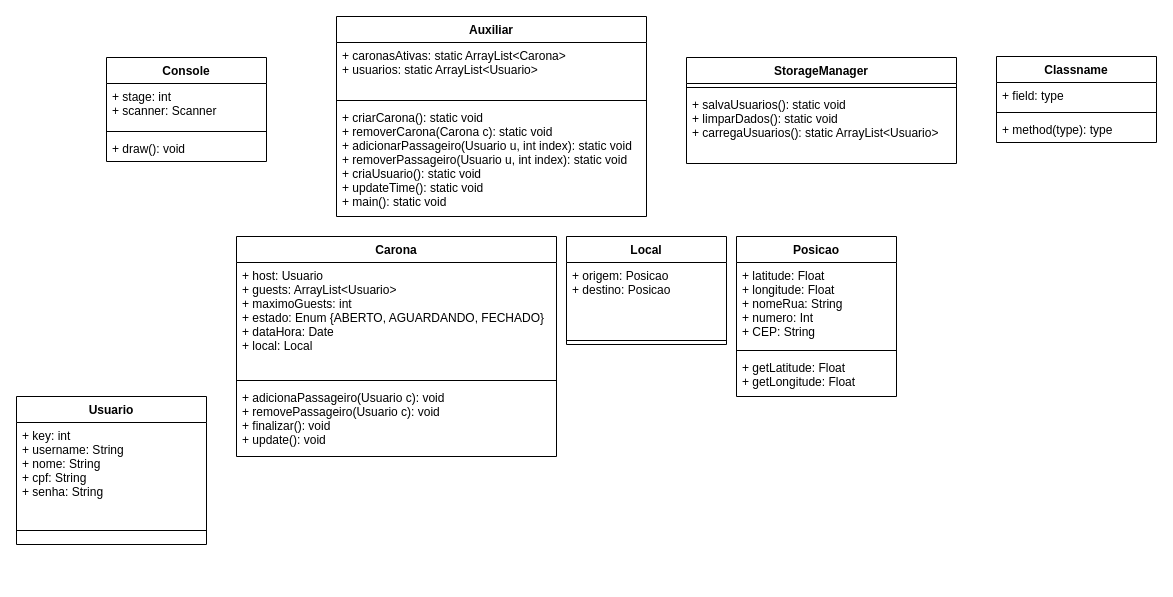
This is CaronAPP - Diagrama.drawio from Epersonf/CaronAPP, a draw.io file, before an edit. Source tidied: cells renumbered, new cells numbered last; positions are measured from the earlier drawing's top-left corner, leaving out a move shared by most shapes. Both pictures are drawn from the tidied source at 100%, with x=0, y=0 at pixel (16, 16).
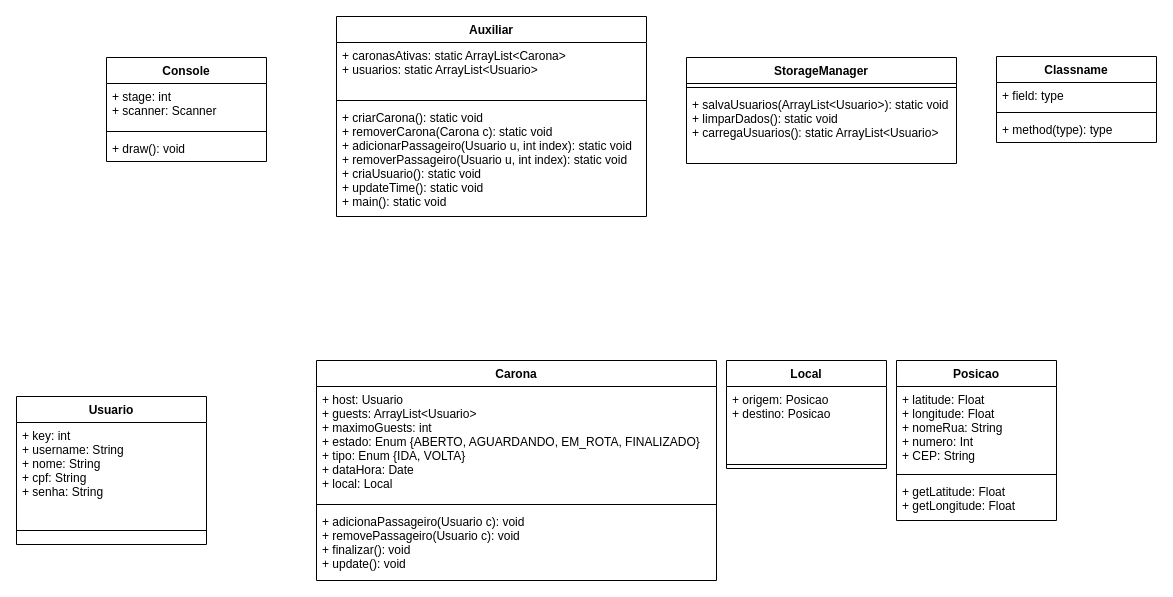
After the change.

Commit message (it also covers changes not shown here):
StorageManager cabecalhos criados, tipo de carona e diagrama de classes atualizado.

Unchanged cells that the change refers to:
```xml
<mxCell id="24" value="StorageManager" style="swimlane;fontStyle=1;align=center;verticalAlign=top;horizontal=1;startSize=26;" parent="1" vertex="1">
  <mxGeometry x="670" y="41" width="270" height="106" as="geometry" />
</mxCell>
```

Diff of the diagram source:
```diff
@@
     <mxCell id="2" value="Carona" style="swimlane;fontStyle=1;align=center;verticalAlign=top;horizontal=1;startSize=26;" parent="1" vertex="1">
-      <mxGeometry x="220" y="220" width="320" height="220" as="geometry" />
+      <mxGeometry x="300" y="344" width="400" height="220" as="geometry" />
     </mxCell>
-    <mxCell id="3" value="+ host: Usuario&#10;+ guests: ArrayList&lt;Usuario&gt;&#10;+ maximoGuests: int&#10;+ estado: Enum {ABERTO, AGUARDANDO, FECHADO}&#10;+ dataHora: Date&#10;+ local: Local" style="text;strokeColor=none;fillColor=none;align=left;verticalAlign=top;spacingLeft=4;spacingRight=4;overflow=hidden;" parent="2" vertex="1">
-      <mxGeometry y="26" width="320" height="114" as="geometry" />
+    <mxCell id="3" value="+ host: Usuario&#10;+ guests: ArrayList&lt;Usuario&gt;&#10;+ maximoGuests: int&#10;+ estado: Enum {ABERTO, AGUARDANDO, EM_ROTA, FINALIZADO}&#10;+ tipo: Enum {IDA, VOLTA}&#10;+ dataHora: Date&#10;+ local: Local&#10;" style="text;strokeColor=none;fillColor=none;align=left;verticalAlign=top;spacingLeft=4;spacingRight=4;overflow=hidden;" parent="2" vertex="1">
+      <mxGeometry y="26" width="400" height="114" as="geometry" />
     </mxCell>
     <mxCell id="4" style="line;strokeWidth=1;fillColor=none;align=left;verticalAlign=middle;spacingTop=-1;spacingLeft=3;spacingRight=3;labelPosition=right;" parent="2" vertex="1">
-      <mxGeometry y="140" width="320" height="8" as="geometry" />
+      <mxGeometry y="140" width="400" height="8" as="geometry" />
     </mxCell>
     <mxCell id="5" value="+ adicionaPassageiro(Usuario c): void&#10;+ removePassageiro(Usuario c): void&#10;+ finalizar(): void&#10;+ update(): void" style="text;strokeColor=none;fillColor=none;align=left;verticalAlign=top;spacingLeft=4;spacingRight=4;overflow=hidden;" parent="2" vertex="1">
-      <mxGeometry y="148" width="320" height="72" as="geometry" />
+      <mxGeometry y="148" width="400" height="72" as="geometry" />
     </mxCell>
@@
     <mxCell id="9" value="Local" style="swimlane;fontStyle=1;align=center;verticalAlign=top;horizontal=1;startSize=26;" parent="1" vertex="1">
-      <mxGeometry x="550" y="220" width="160" height="108" as="geometry" />
+      <mxGeometry x="710" y="344" width="160" height="108" as="geometry" />
     </mxCell>
@@
     <mxCell id="12" value="Posicao" style="swimlane;fontStyle=1;align=center;verticalAlign=top;horizontal=1;startSize=26;" parent="1" vertex="1">
-      <mxGeometry x="720" y="220" width="160" height="160" as="geometry" />
+      <mxGeometry x="880" y="344" width="160" height="160" as="geometry" />
     </mxCell>
@@
-    <mxCell id="26" value="+ salvaUsuarios(): static void&#10;+ limparDados(): static void&#10;+ carregaUsuarios(): static ArrayList&lt;Usuario&gt;" style="text;strokeColor=none;fillColor=none;align=left;verticalAlign=top;spacingLeft=4;spacingRight=4;overflow=hidden;" parent="24" vertex="1">
+    <mxCell id="26" value="+ salvaUsuarios(ArrayList&lt;Usuario&gt;): static void&#10;+ limparDados(): static void&#10;+ carregaUsuarios(): static ArrayList&lt;Usuario&gt;" style="text;strokeColor=none;fillColor=none;align=left;verticalAlign=top;spacingLeft=4;spacingRight=4;overflow=hidden;" parent="24" vertex="1">
       <mxGeometry y="34" width="270" height="72" as="geometry" />
     </mxCell>
```
